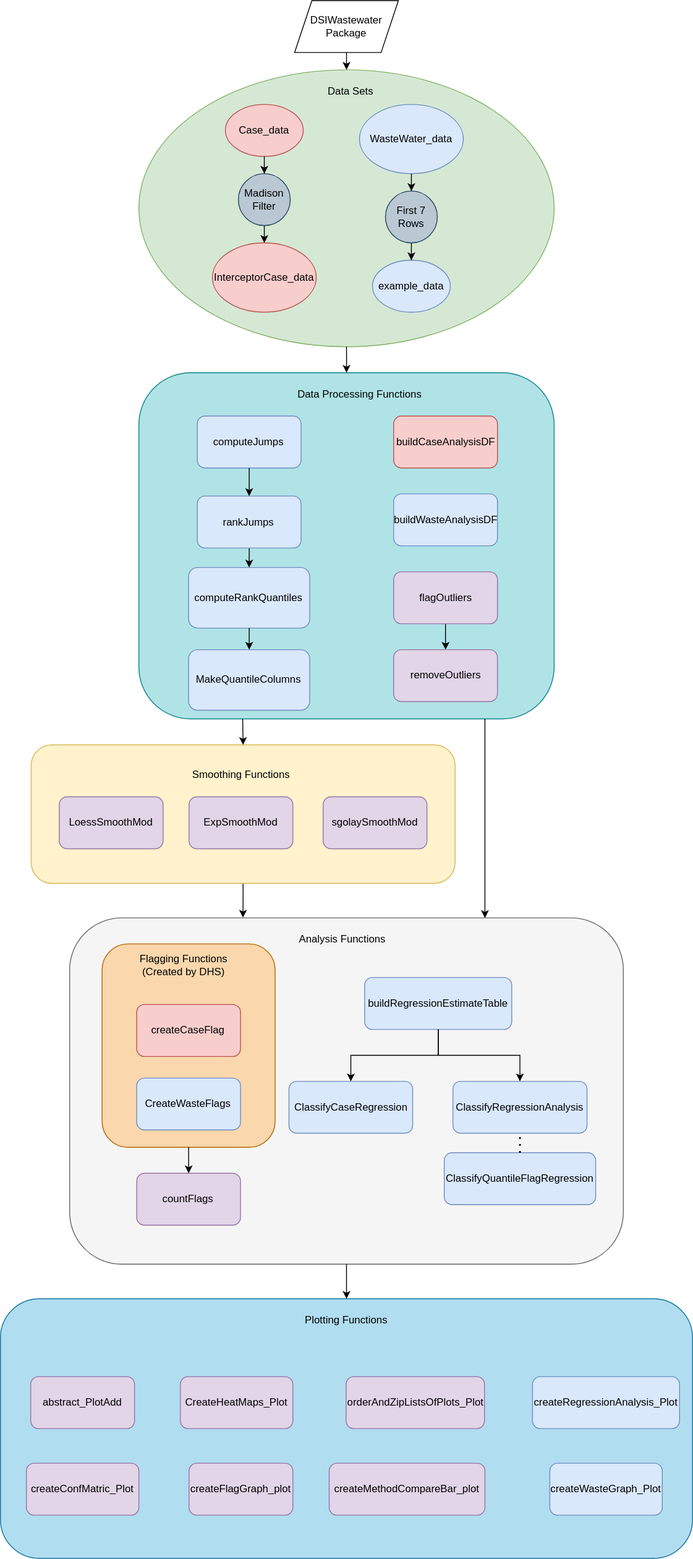
This is images/api.svg from UW-Madison-DSI/Covid19Wastewater, a draw.io export, as it was before one commit. Source tidied: cells renumbered, new cells last; positions are measured from the earlier drawing's top-left corner, leaving out a move shared by most shapes.
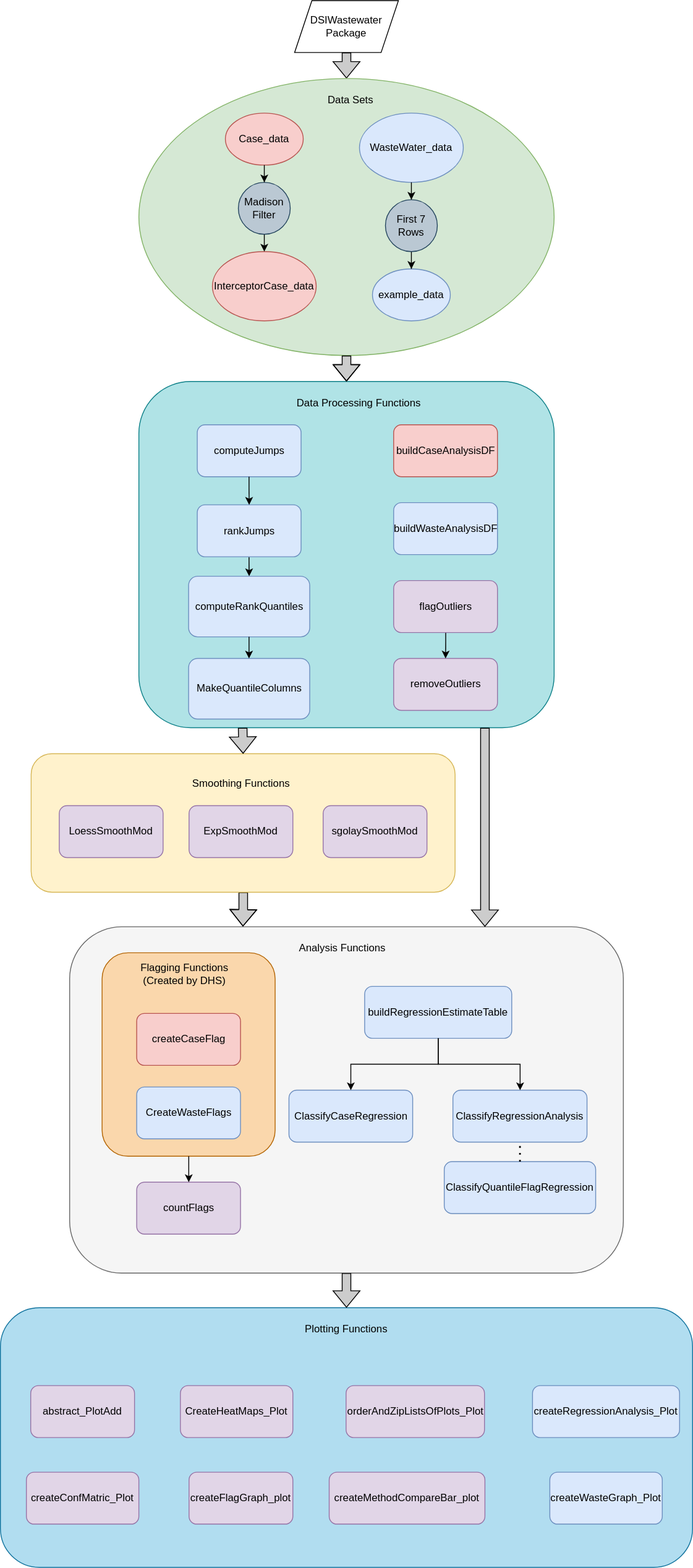
The same diagram one commit later.

Commit message:
Changed arrows to grey for better visibility in dark mode.

What changed in the source:
```diff
@@ -2,13 +2,13 @@
   <root>
     <mxCell id="0" />
     <mxCell id="1" parent="0" />
-    <mxCell id="2" style="edgeStyle=orthogonalEdgeStyle;rounded=0;jettySize=auto;html=1;exitX=0.5;exitY=1;exitDx=0;exitDy=0;entryX=0.5;entryY=0;entryDx=0;entryDy=0;" parent="1" edge="1" source="3" target="11">
+    <mxCell id="2" style="edgeStyle=orthogonalEdgeStyle;jettySize=auto;html=1;exitX=0.5;exitY=1;exitDx=0;exitDy=0;entryX=0.5;entryY=0;entryDx=0;entryDy=0;rounded=0;strokeWidth=1;shape=flexArrow;fillColor=#CCCCCC;" parent="1" edge="1" source="3" target="11">
       <mxGeometry relative="1" as="geometry" />
     </mxCell>
     <mxCell id="3" value="DSIWastewater&lt;br&gt;Package" style="shape=parallelogram;perimeter=parallelogramPerimeter;whiteSpace=wrap;html=1;fixedSize=1;" parent="1" vertex="1">
-      <mxGeometry x="340" width="120" height="60" as="geometry" />
+      <mxGeometry x="340" y="-10" width="120" height="60" as="geometry" />
     </mxCell>
-    <mxCell id="4" style="edgeStyle=orthogonalEdgeStyle;rounded=0;jettySize=auto;html=1;entryX=0.313;entryY=-0.001;entryDx=0;entryDy=0;entryPerimeter=0;" parent="1" edge="1" source="5" target="41">
+    <mxCell id="4" style="edgeStyle=orthogonalEdgeStyle;rounded=0;jettySize=auto;html=1;entryX=0.313;entryY=-0.001;entryDx=0;entryDy=0;entryPerimeter=0;shape=flexArrow;fillColor=#CCCCCC;" parent="1" edge="1" source="5" target="41">
       <mxGeometry relative="1" as="geometry" />
     </mxCell>
     <mxCell id="5" style="rounded=1;whiteSpace=wrap;html=1;fillColor=#fff2cc;strokeColor=#d6b656;" parent="1" vertex="1">
@@ -110,10 +110,10 @@
     <mxCell id="37" style="edgeStyle=orthogonalEdgeStyle;rounded=0;jettySize=auto;html=1;entryX=0.5;entryY=0;entryDx=0;entryDy=0;" parent="23" edge="1" source="28" target="36">
       <mxGeometry relative="1" as="geometry" />
     </mxCell>
-    <mxCell id="38" style="edgeStyle=orthogonalEdgeStyle;rounded=0;jettySize=auto;html=1;entryX=0.5;entryY=0;entryDx=0;entryDy=0;" parent="1" edge="1" source="11" target="24">
+    <mxCell id="38" style="edgeStyle=orthogonalEdgeStyle;rounded=0;jettySize=auto;html=1;entryX=0.5;entryY=0;entryDx=0;entryDy=0;shape=flexArrow;fillColor=#CCCCCC;" parent="1" edge="1" source="11" target="24">
       <mxGeometry relative="1" as="geometry" />
     </mxCell>
-    <mxCell id="39" style="edgeStyle=orthogonalEdgeStyle;rounded=0;jettySize=auto;html=1;exitX=0.25;exitY=1;exitDx=0;exitDy=0;entryX=0.5;entryY=0;entryDx=0;entryDy=0;" parent="1" edge="1" source="24" target="5">
+    <mxCell id="39" style="edgeStyle=orthogonalEdgeStyle;rounded=0;jettySize=auto;html=1;exitX=0.25;exitY=1;exitDx=0;exitDy=0;entryX=0.5;entryY=0;entryDx=0;entryDy=0;shape=flexArrow;fillColor=#CCCCCC;" parent="1" edge="1" source="24" target="5">
       <mxGeometry relative="1" as="geometry" />
     </mxCell>
     <mxCell id="40" style="group;" parent="1" vertex="1">
@@ -197,7 +197,7 @@
     <mxCell id="66" value="orderAndZipListsOfPlots_Plot" style="rounded=1;whiteSpace=wrap;html=1;fillColor=#e1d5e7;strokeColor=#9673a6;" parent="56" vertex="1">
       <mxGeometry x="399.5" y="90" width="160" height="60" as="geometry" />
     </mxCell>
-    <mxCell id="67" style="edgeStyle=orthogonalEdgeStyle;rounded=0;jettySize=auto;html=1;entryX=0.75;entryY=0;entryDx=0;entryDy=0;" parent="1" edge="1" target="41">
+    <mxCell id="67" style="edgeStyle=orthogonalEdgeStyle;rounded=0;jettySize=auto;html=1;entryX=0.75;entryY=0;entryDx=0;entryDy=0;shape=flexArrow;fillColor=#CCCCCC;" parent="1" edge="1" target="41">
       <mxGeometry relative="1" as="geometry">
         <mxPoint x="560" y="830" as="sourcePoint" />
         <Array as="points">
@@ -205,7 +205,7 @@
         </Array>
       </mxGeometry>
     </mxCell>
-    <mxCell id="68" style="edgeStyle=orthogonalEdgeStyle;rounded=0;jettySize=auto;html=1;entryX=0.5;entryY=0;entryDx=0;entryDy=0;" parent="1" edge="1" source="41" target="57">
+    <mxCell id="68" style="edgeStyle=orthogonalEdgeStyle;rounded=0;jettySize=auto;html=1;entryX=0.5;entryY=0;entryDx=0;entryDy=0;shape=flexArrow;fillColor=#CCCCCC;" parent="1" edge="1" source="41" target="57">
       <mxGeometry relative="1" as="geometry" />
     </mxCell>
   </root>
```
